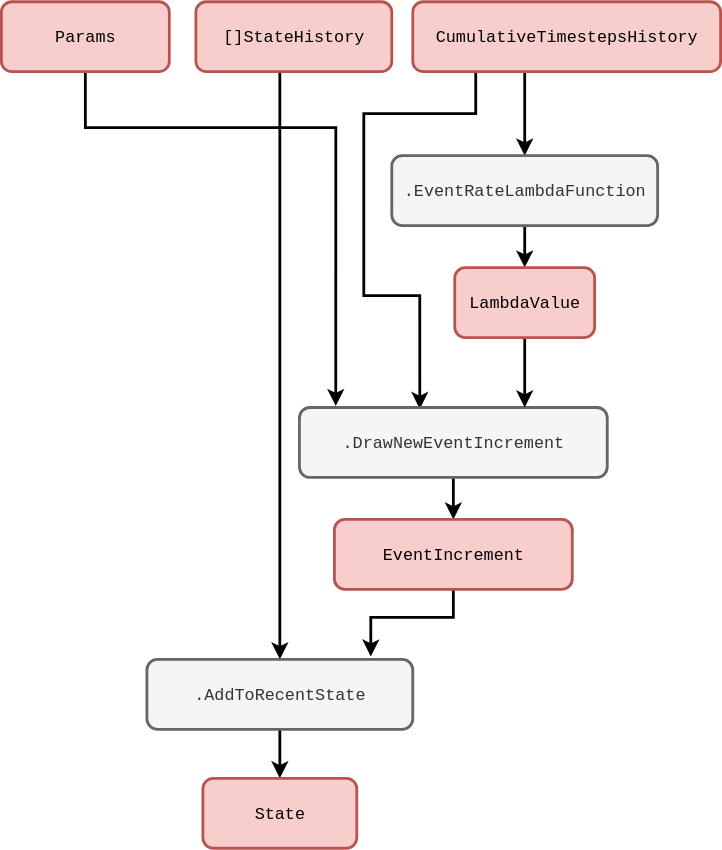
The draw.io diagram assets/diagramming_the_stochadex_project/inhomogeneous-poisson.svg in umbralcalc/umbralcalc.github.io, before a commit. Source tidied: cells renumbered, new cells last; positions are measured from the earlier drawing's top-left corner, leaving out a move shared by most shapes. The source it was exported from:
```xml
<mxGraphModel>
  <root>
    <mxCell id="0" />
    <mxCell id="1" parent="0" />
    <mxCell id="2" style="edgeStyle=orthogonalEdgeStyle;rounded=0;jettySize=auto;html=1;strokeWidth=2;exitX=0.421;exitY=0.96;exitDx=0;exitDy=0;entryX=0.5;entryY=0;entryDx=0;entryDy=0;exitPerimeter=0;" parent="1" edge="1" source="19" target="8">
      <mxGeometry relative="1" as="geometry">
        <Array as="points">
          <mxPoint x="198" y="37" />
          <mxPoint x="199" y="37" />
        </Array>
      </mxGeometry>
    </mxCell>
    <mxCell id="3" style="edgeStyle=orthogonalEdgeStyle;rounded=0;jettySize=auto;html=1;strokeWidth=2;" parent="1" edge="1" target="11">
      <mxGeometry relative="1" as="geometry">
        <mxPoint x="374" y="50" as="sourcePoint" />
      </mxGeometry>
    </mxCell>
    <mxCell id="4" style="edgeStyle=orthogonalEdgeStyle;rounded=0;jettySize=auto;html=1;strokeWidth=2;entryX=0.391;entryY=0.02;entryDx=0;entryDy=0;entryPerimeter=0;" parent="1" edge="1" target="13">
      <mxGeometry relative="1" as="geometry">
        <mxPoint x="339" y="50" as="sourcePoint" />
        <Array as="points">
          <mxPoint x="339" y="80" />
          <mxPoint x="259" y="80" />
          <mxPoint x="259" y="210" />
          <mxPoint x="299" y="210" />
        </Array>
      </mxGeometry>
    </mxCell>
    <mxCell id="5" style="edgeStyle=orthogonalEdgeStyle;rounded=0;jettySize=auto;html=1;entryX=0.118;entryY=-0.02;entryDx=0;entryDy=0;strokeWidth=2;entryPerimeter=0;" parent="1" edge="1" source="6" target="13">
      <mxGeometry relative="1" as="geometry">
        <Array as="points">
          <mxPoint x="60" y="90" />
          <mxPoint x="239" y="90" />
        </Array>
      </mxGeometry>
    </mxCell>
    <mxCell id="6" value="&lt;font face=&quot;Courier New&quot;&gt;Params&lt;/font&gt;" style="rounded=1;whiteSpace=wrap;html=1;strokeWidth=2;fillColor=#f8cecc;strokeColor=#b85450;" parent="1" vertex="1">
      <mxGeometry width="120" height="50" as="geometry" />
    </mxCell>
    <mxCell id="7" style="edgeStyle=orthogonalEdgeStyle;rounded=0;jettySize=auto;html=1;strokeWidth=2;" parent="1" edge="1" source="8" target="9">
      <mxGeometry relative="1" as="geometry" />
    </mxCell>
    <mxCell id="8" value="&lt;font face=&quot;Courier New&quot;&gt;.AddToRecentState&lt;/font&gt;" style="rounded=1;whiteSpace=wrap;html=1;strokeWidth=2;fillColor=#f5f5f5;fontColor=#333333;strokeColor=#666666;" parent="1" vertex="1">
      <mxGeometry x="104" y="470" width="190" height="50" as="geometry" />
    </mxCell>
    <mxCell id="9" value="&lt;font face=&quot;Courier New&quot;&gt;State&lt;/font&gt;" style="rounded=1;whiteSpace=wrap;html=1;strokeWidth=2;fillColor=#f8cecc;strokeColor=#b85450;" parent="1" vertex="1">
      <mxGeometry x="144" y="555" width="110" height="50" as="geometry" />
    </mxCell>
    <mxCell id="10" style="edgeStyle=orthogonalEdgeStyle;rounded=0;jettySize=auto;html=1;strokeWidth=2;" parent="1" edge="1" source="11" target="17">
      <mxGeometry relative="1" as="geometry" />
    </mxCell>
    <mxCell id="11" value="&lt;font face=&quot;Courier New&quot;&gt;.EventRateLambdaFunction&lt;/font&gt;" style="rounded=1;whiteSpace=wrap;html=1;strokeWidth=2;fillColor=#f5f5f5;fontColor=#333333;strokeColor=#666666;" parent="1" vertex="1">
      <mxGeometry x="279" y="110" width="190" height="50" as="geometry" />
    </mxCell>
    <mxCell id="12" style="edgeStyle=orthogonalEdgeStyle;rounded=0;jettySize=auto;html=1;strokeWidth=2;" parent="1" edge="1" source="13" target="15">
      <mxGeometry relative="1" as="geometry" />
    </mxCell>
    <mxCell id="13" value="&lt;font face=&quot;Courier New&quot;&gt;.DrawNewEventIncrement&lt;/font&gt;" style="rounded=1;whiteSpace=wrap;html=1;strokeWidth=2;fillColor=#f5f5f5;fontColor=#333333;strokeColor=#666666;" parent="1" vertex="1">
      <mxGeometry x="213" y="290" width="220" height="50" as="geometry" />
    </mxCell>
    <mxCell id="14" style="edgeStyle=orthogonalEdgeStyle;rounded=0;jettySize=auto;html=1;strokeWidth=2;entryX=0.842;entryY=-0.04;entryDx=0;entryDy=0;entryPerimeter=0;" parent="1" edge="1" source="15" target="8">
      <mxGeometry relative="1" as="geometry">
        <Array as="points">
          <mxPoint x="323" y="440" />
          <mxPoint x="264" y="440" />
        </Array>
      </mxGeometry>
    </mxCell>
    <mxCell id="15" value="&lt;font face=&quot;Courier New&quot;&gt;EventIncrement&lt;/font&gt;" style="rounded=1;whiteSpace=wrap;html=1;strokeWidth=2;fillColor=#f8cecc;strokeColor=#b85450;" parent="1" vertex="1">
      <mxGeometry x="238" y="370" width="170" height="50" as="geometry" />
    </mxCell>
    <mxCell id="16" style="edgeStyle=orthogonalEdgeStyle;rounded=0;jettySize=auto;html=1;strokeWidth=2;" parent="1" edge="1" source="17" target="13">
      <mxGeometry relative="1" as="geometry">
        <Array as="points">
          <mxPoint x="374" y="280" />
          <mxPoint x="374" y="280" />
        </Array>
      </mxGeometry>
    </mxCell>
    <mxCell id="17" value="&lt;font face=&quot;Courier New&quot;&gt;LambdaValue&lt;/font&gt;" style="rounded=1;whiteSpace=wrap;html=1;strokeWidth=2;fillColor=#f8cecc;strokeColor=#b85450;" parent="1" vertex="1">
      <mxGeometry x="324" y="190" width="100" height="50" as="geometry" />
    </mxCell>
    <mxCell id="18" value="&lt;font face=&quot;Courier New&quot;&gt;CumulativeTimestepsHistory&lt;/font&gt;" style="rounded=1;whiteSpace=wrap;html=1;strokeWidth=2;fillColor=#f8cecc;strokeColor=#b85450;" parent="1" vertex="1">
      <mxGeometry x="294" width="220" height="50" as="geometry" />
    </mxCell>
    <mxCell id="19" value="&lt;font face=&quot;Courier New&quot;&gt;[]StateHistory&lt;/font&gt;" style="rounded=1;whiteSpace=wrap;html=1;strokeWidth=2;fillColor=#f8cecc;strokeColor=#b85450;" parent="1" vertex="1">
      <mxGeometry x="139" width="140" height="50" as="geometry" />
    </mxCell>
  </root>
</mxGraphModel>
```
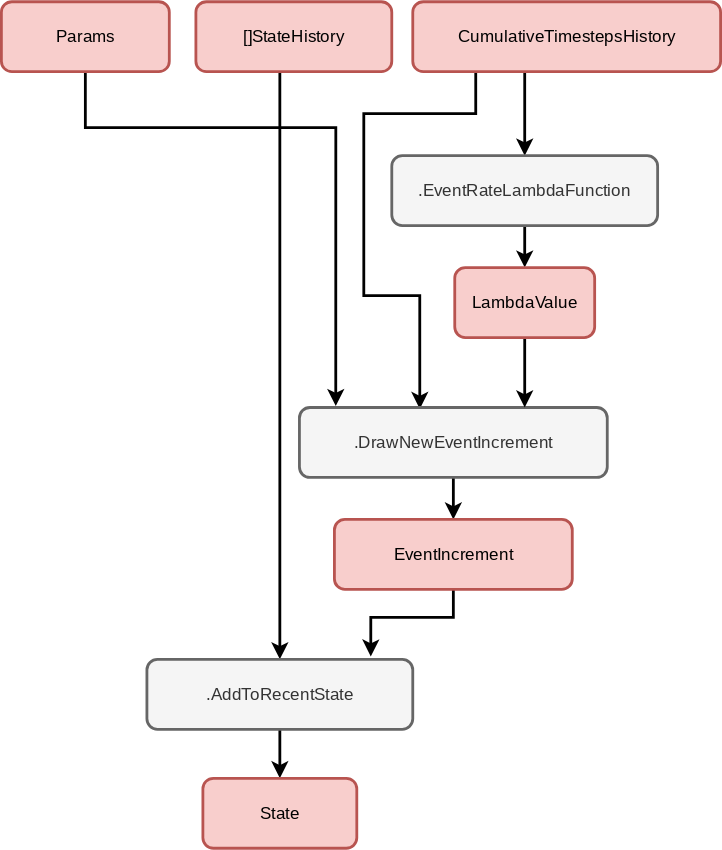
The same diagram one commit later.

Change to the diagram source:
```diff
@@ -2,7 +2,7 @@
   <root>
     <mxCell id="0" />
     <mxCell id="1" parent="0" />
-    <mxCell id="2" style="edgeStyle=orthogonalEdgeStyle;rounded=0;jettySize=auto;html=1;strokeWidth=2;exitX=0.421;exitY=0.96;exitDx=0;exitDy=0;entryX=0.5;entryY=0;entryDx=0;entryDy=0;exitPerimeter=0;" parent="1" edge="1" source="19" target="8">
+    <mxCell id="2" style="edgeStyle=orthogonalEdgeStyle;rounded=0;jettySize=auto;html=1;strokeWidth=2;exitX=0.421;exitY=0.96;exitDx=0;exitDy=0;entryX=0.5;entryY=0;entryDx=0;entryDy=0;exitPerimeter=0;fontFamily=Cousine;fontSource=https%3A%2F%2Ffonts.googleapis.com%2Fcss2%3Ffamily%3DCourier%2BPrime%3Aital%2Cwght%400%2C400%3B0%2C700%3B1%2C400%3B1%2C700%26family%3DCousine%3Aital%2Cwght%400%2C400%3B0%2C700%3B1%2C400%3B1%2C700%26family%3DShadows%2BInto%2BLight%26display%3Dswap;" parent="1" edge="1" source="19" target="8">
       <mxGeometry relative="1" as="geometry">
         <Array as="points">
           <mxPoint x="198" y="37" />
@@ -10,12 +10,12 @@
         </Array>
       </mxGeometry>
     </mxCell>
-    <mxCell id="3" style="edgeStyle=orthogonalEdgeStyle;rounded=0;jettySize=auto;html=1;strokeWidth=2;" parent="1" edge="1" target="11">
+    <mxCell id="3" style="edgeStyle=orthogonalEdgeStyle;rounded=0;jettySize=auto;html=1;strokeWidth=2;fontFamily=Cousine;fontSource=https%3A%2F%2Ffonts.googleapis.com%2Fcss2%3Ffamily%3DCourier%2BPrime%3Aital%2Cwght%400%2C400%3B0%2C700%3B1%2C400%3B1%2C700%26family%3DCousine%3Aital%2Cwght%400%2C400%3B0%2C700%3B1%2C400%3B1%2C700%26family%3DShadows%2BInto%2BLight%26display%3Dswap;" parent="1" edge="1" target="11">
       <mxGeometry relative="1" as="geometry">
         <mxPoint x="374" y="50" as="sourcePoint" />
       </mxGeometry>
     </mxCell>
-    <mxCell id="4" style="edgeStyle=orthogonalEdgeStyle;rounded=0;jettySize=auto;html=1;strokeWidth=2;entryX=0.391;entryY=0.02;entryDx=0;entryDy=0;entryPerimeter=0;" parent="1" edge="1" target="13">
+    <mxCell id="4" style="edgeStyle=orthogonalEdgeStyle;rounded=0;jettySize=auto;html=1;strokeWidth=2;entryX=0.391;entryY=0.02;entryDx=0;entryDy=0;entryPerimeter=0;fontFamily=Cousine;fontSource=https%3A%2F%2Ffonts.googleapis.com%2Fcss2%3Ffamily%3DCourier%2BPrime%3Aital%2Cwght%400%2C400%3B0%2C700%3B1%2C400%3B1%2C700%26family%3DCousine%3Aital%2Cwght%400%2C400%3B0%2C700%3B1%2C400%3B1%2C700%26family%3DShadows%2BInto%2BLight%26display%3Dswap;" parent="1" edge="1" target="13">
       <mxGeometry relative="1" as="geometry">
         <mxPoint x="339" y="50" as="sourcePoint" />
         <Array as="points">
@@ -26,7 +26,7 @@
         </Array>
       </mxGeometry>
     </mxCell>
-    <mxCell id="5" style="edgeStyle=orthogonalEdgeStyle;rounded=0;jettySize=auto;html=1;entryX=0.118;entryY=-0.02;entryDx=0;entryDy=0;strokeWidth=2;entryPerimeter=0;" parent="1" edge="1" source="6" target="13">
+    <mxCell id="5" style="edgeStyle=orthogonalEdgeStyle;rounded=0;jettySize=auto;html=1;entryX=0.118;entryY=-0.02;entryDx=0;entryDy=0;strokeWidth=2;entryPerimeter=0;fontFamily=Cousine;fontSource=https%3A%2F%2Ffonts.googleapis.com%2Fcss2%3Ffamily%3DCourier%2BPrime%3Aital%2Cwght%400%2C400%3B0%2C700%3B1%2C400%3B1%2C700%26family%3DCousine%3Aital%2Cwght%400%2C400%3B0%2C700%3B1%2C400%3B1%2C700%26family%3DShadows%2BInto%2BLight%26display%3Dswap;" parent="1" edge="1" source="6" target="13">
       <mxGeometry relative="1" as="geometry">
         <Array as="points">
           <mxPoint x="60" y="90" />
@@ -34,31 +34,31 @@
         </Array>
       </mxGeometry>
     </mxCell>
-    <mxCell id="6" value="&lt;font face=&quot;Courier New&quot;&gt;Params&lt;/font&gt;" style="rounded=1;whiteSpace=wrap;html=1;strokeWidth=2;fillColor=#f8cecc;strokeColor=#b85450;" parent="1" vertex="1">
+    <mxCell id="6" value="&lt;font&gt;Params&lt;/font&gt;" style="rounded=1;whiteSpace=wrap;html=1;strokeWidth=2;fillColor=#f8cecc;strokeColor=#b85450;fontFamily=Cousine;fontSource=https%3A%2F%2Ffonts.googleapis.com%2Fcss2%3Ffamily%3DCourier%2BPrime%3Aital%2Cwght%400%2C400%3B0%2C700%3B1%2C400%3B1%2C700%26family%3DCousine%3Aital%2Cwght%400%2C400%3B0%2C700%3B1%2C400%3B1%2C700%26family%3DShadows%2BInto%2BLight%26display%3Dswap;" parent="1" vertex="1">
       <mxGeometry width="120" height="50" as="geometry" />
     </mxCell>
-    <mxCell id="7" style="edgeStyle=orthogonalEdgeStyle;rounded=0;jettySize=auto;html=1;strokeWidth=2;" parent="1" edge="1" source="8" target="9">
+    <mxCell id="7" style="edgeStyle=orthogonalEdgeStyle;rounded=0;jettySize=auto;html=1;strokeWidth=2;fontFamily=Cousine;fontSource=https%3A%2F%2Ffonts.googleapis.com%2Fcss2%3Ffamily%3DCourier%2BPrime%3Aital%2Cwght%400%2C400%3B0%2C700%3B1%2C400%3B1%2C700%26family%3DCousine%3Aital%2Cwght%400%2C400%3B0%2C700%3B1%2C400%3B1%2C700%26family%3DShadows%2BInto%2BLight%26display%3Dswap;" parent="1" edge="1" source="8" target="9">
       <mxGeometry relative="1" as="geometry" />
     </mxCell>
-    <mxCell id="8" value="&lt;font face=&quot;Courier New&quot;&gt;.AddToRecentState&lt;/font&gt;" style="rounded=1;whiteSpace=wrap;html=1;strokeWidth=2;fillColor=#f5f5f5;fontColor=#333333;strokeColor=#666666;" parent="1" vertex="1">
+    <mxCell id="8" value="&lt;font&gt;.AddToRecentState&lt;/font&gt;" style="rounded=1;whiteSpace=wrap;html=1;strokeWidth=2;fillColor=#f5f5f5;fontColor=#333333;strokeColor=#666666;fontFamily=Cousine;fontSource=https%3A%2F%2Ffonts.googleapis.com%2Fcss2%3Ffamily%3DCourier%2BPrime%3Aital%2Cwght%400%2C400%3B0%2C700%3B1%2C400%3B1%2C700%26family%3DCousine%3Aital%2Cwght%400%2C400%3B0%2C700%3B1%2C400%3B1%2C700%26family%3DShadows%2BInto%2BLight%26display%3Dswap;" parent="1" vertex="1">
       <mxGeometry x="104" y="470" width="190" height="50" as="geometry" />
     </mxCell>
-    <mxCell id="9" value="&lt;font face=&quot;Courier New&quot;&gt;State&lt;/font&gt;" style="rounded=1;whiteSpace=wrap;html=1;strokeWidth=2;fillColor=#f8cecc;strokeColor=#b85450;" parent="1" vertex="1">
+    <mxCell id="9" value="&lt;font&gt;State&lt;/font&gt;" style="rounded=1;whiteSpace=wrap;html=1;strokeWidth=2;fillColor=#f8cecc;strokeColor=#b85450;fontFamily=Cousine;fontSource=https%3A%2F%2Ffonts.googleapis.com%2Fcss2%3Ffamily%3DCourier%2BPrime%3Aital%2Cwght%400%2C400%3B0%2C700%3B1%2C400%3B1%2C700%26family%3DCousine%3Aital%2Cwght%400%2C400%3B0%2C700%3B1%2C400%3B1%2C700%26family%3DShadows%2BInto%2BLight%26display%3Dswap;" parent="1" vertex="1">
       <mxGeometry x="144" y="555" width="110" height="50" as="geometry" />
     </mxCell>
-    <mxCell id="10" style="edgeStyle=orthogonalEdgeStyle;rounded=0;jettySize=auto;html=1;strokeWidth=2;" parent="1" edge="1" source="11" target="17">
+    <mxCell id="10" style="edgeStyle=orthogonalEdgeStyle;rounded=0;jettySize=auto;html=1;strokeWidth=2;fontFamily=Cousine;fontSource=https%3A%2F%2Ffonts.googleapis.com%2Fcss2%3Ffamily%3DCourier%2BPrime%3Aital%2Cwght%400%2C400%3B0%2C700%3B1%2C400%3B1%2C700%26family%3DCousine%3Aital%2Cwght%400%2C400%3B0%2C700%3B1%2C400%3B1%2C700%26family%3DShadows%2BInto%2BLight%26display%3Dswap;" parent="1" edge="1" source="11" target="17">
       <mxGeometry relative="1" as="geometry" />
     </mxCell>
-    <mxCell id="11" value="&lt;font face=&quot;Courier New&quot;&gt;.EventRateLambdaFunction&lt;/font&gt;" style="rounded=1;whiteSpace=wrap;html=1;strokeWidth=2;fillColor=#f5f5f5;fontColor=#333333;strokeColor=#666666;" parent="1" vertex="1">
+    <mxCell id="11" value="&lt;font&gt;.EventRateLambdaFunction&lt;/font&gt;" style="rounded=1;whiteSpace=wrap;html=1;strokeWidth=2;fillColor=#f5f5f5;fontColor=#333333;strokeColor=#666666;fontFamily=Cousine;fontSource=https%3A%2F%2Ffonts.googleapis.com%2Fcss2%3Ffamily%3DCourier%2BPrime%3Aital%2Cwght%400%2C400%3B0%2C700%3B1%2C400%3B1%2C700%26family%3DCousine%3Aital%2Cwght%400%2C400%3B0%2C700%3B1%2C400%3B1%2C700%26family%3DShadows%2BInto%2BLight%26display%3Dswap;" parent="1" vertex="1">
       <mxGeometry x="279" y="110" width="190" height="50" as="geometry" />
     </mxCell>
-    <mxCell id="12" style="edgeStyle=orthogonalEdgeStyle;rounded=0;jettySize=auto;html=1;strokeWidth=2;" parent="1" edge="1" source="13" target="15">
+    <mxCell id="12" style="edgeStyle=orthogonalEdgeStyle;rounded=0;jettySize=auto;html=1;strokeWidth=2;fontFamily=Cousine;fontSource=https%3A%2F%2Ffonts.googleapis.com%2Fcss2%3Ffamily%3DCourier%2BPrime%3Aital%2Cwght%400%2C400%3B0%2C700%3B1%2C400%3B1%2C700%26family%3DCousine%3Aital%2Cwght%400%2C400%3B0%2C700%3B1%2C400%3B1%2C700%26family%3DShadows%2BInto%2BLight%26display%3Dswap;" parent="1" edge="1" source="13" target="15">
       <mxGeometry relative="1" as="geometry" />
     </mxCell>
-    <mxCell id="13" value="&lt;font face=&quot;Courier New&quot;&gt;.DrawNewEventIncrement&lt;/font&gt;" style="rounded=1;whiteSpace=wrap;html=1;strokeWidth=2;fillColor=#f5f5f5;fontColor=#333333;strokeColor=#666666;" parent="1" vertex="1">
+    <mxCell id="13" value="&lt;font&gt;.DrawNewEventIncrement&lt;/font&gt;" style="rounded=1;whiteSpace=wrap;html=1;strokeWidth=2;fillColor=#f5f5f5;fontColor=#333333;strokeColor=#666666;fontFamily=Cousine;fontSource=https%3A%2F%2Ffonts.googleapis.com%2Fcss2%3Ffamily%3DCourier%2BPrime%3Aital%2Cwght%400%2C400%3B0%2C700%3B1%2C400%3B1%2C700%26family%3DCousine%3Aital%2Cwght%400%2C400%3B0%2C700%3B1%2C400%3B1%2C700%26family%3DShadows%2BInto%2BLight%26display%3Dswap;" parent="1" vertex="1">
       <mxGeometry x="213" y="290" width="220" height="50" as="geometry" />
     </mxCell>
-    <mxCell id="14" style="edgeStyle=orthogonalEdgeStyle;rounded=0;jettySize=auto;html=1;strokeWidth=2;entryX=0.842;entryY=-0.04;entryDx=0;entryDy=0;entryPerimeter=0;" parent="1" edge="1" source="15" target="8">
+    <mxCell id="14" style="edgeStyle=orthogonalEdgeStyle;rounded=0;jettySize=auto;html=1;strokeWidth=2;entryX=0.842;entryY=-0.04;entryDx=0;entryDy=0;entryPerimeter=0;fontFamily=Cousine;fontSource=https%3A%2F%2Ffonts.googleapis.com%2Fcss2%3Ffamily%3DCourier%2BPrime%3Aital%2Cwght%400%2C400%3B0%2C700%3B1%2C400%3B1%2C700%26family%3DCousine%3Aital%2Cwght%400%2C400%3B0%2C700%3B1%2C400%3B1%2C700%26family%3DShadows%2BInto%2BLight%26display%3Dswap;" parent="1" edge="1" source="15" target="8">
       <mxGeometry relative="1" as="geometry">
         <Array as="points">
           <mxPoint x="323" y="440" />
@@ -66,10 +66,10 @@
         </Array>
       </mxGeometry>
     </mxCell>
-    <mxCell id="15" value="&lt;font face=&quot;Courier New&quot;&gt;EventIncrement&lt;/font&gt;" style="rounded=1;whiteSpace=wrap;html=1;strokeWidth=2;fillColor=#f8cecc;strokeColor=#b85450;" parent="1" vertex="1">
+    <mxCell id="15" value="&lt;font&gt;EventIncrement&lt;/font&gt;" style="rounded=1;whiteSpace=wrap;html=1;strokeWidth=2;fillColor=#f8cecc;strokeColor=#b85450;fontFamily=Cousine;fontSource=https%3A%2F%2Ffonts.googleapis.com%2Fcss2%3Ffamily%3DCourier%2BPrime%3Aital%2Cwght%400%2C400%3B0%2C700%3B1%2C400%3B1%2C700%26family%3DCousine%3Aital%2Cwght%400%2C400%3B0%2C700%3B1%2C400%3B1%2C700%26family%3DShadows%2BInto%2BLight%26display%3Dswap;" parent="1" vertex="1">
       <mxGeometry x="238" y="370" width="170" height="50" as="geometry" />
     </mxCell>
-    <mxCell id="16" style="edgeStyle=orthogonalEdgeStyle;rounded=0;jettySize=auto;html=1;strokeWidth=2;" parent="1" edge="1" source="17" target="13">
+    <mxCell id="16" style="edgeStyle=orthogonalEdgeStyle;rounded=0;jettySize=auto;html=1;strokeWidth=2;fontFamily=Cousine;fontSource=https%3A%2F%2Ffonts.googleapis.com%2Fcss2%3Ffamily%3DCourier%2BPrime%3Aital%2Cwght%400%2C400%3B0%2C700%3B1%2C400%3B1%2C700%26family%3DCousine%3Aital%2Cwght%400%2C400%3B0%2C700%3B1%2C400%3B1%2C700%26family%3DShadows%2BInto%2BLight%26display%3Dswap;" parent="1" edge="1" source="17" target="13">
       <mxGeometry relative="1" as="geometry">
         <Array as="points">
           <mxPoint x="374" y="280" />
@@ -77,13 +77,13 @@
         </Array>
       </mxGeometry>
     </mxCell>
-    <mxCell id="17" value="&lt;font face=&quot;Courier New&quot;&gt;LambdaValue&lt;/font&gt;" style="rounded=1;whiteSpace=wrap;html=1;strokeWidth=2;fillColor=#f8cecc;strokeColor=#b85450;" parent="1" vertex="1">
+    <mxCell id="17" value="&lt;font&gt;LambdaValue&lt;/font&gt;" style="rounded=1;whiteSpace=wrap;html=1;strokeWidth=2;fillColor=#f8cecc;strokeColor=#b85450;fontFamily=Cousine;fontSource=https%3A%2F%2Ffonts.googleapis.com%2Fcss2%3Ffamily%3DCourier%2BPrime%3Aital%2Cwght%400%2C400%3B0%2C700%3B1%2C400%3B1%2C700%26family%3DCousine%3Aital%2Cwght%400%2C400%3B0%2C700%3B1%2C400%3B1%2C700%26family%3DShadows%2BInto%2BLight%26display%3Dswap;" parent="1" vertex="1">
       <mxGeometry x="324" y="190" width="100" height="50" as="geometry" />
     </mxCell>
-    <mxCell id="18" value="&lt;font face=&quot;Courier New&quot;&gt;CumulativeTimestepsHistory&lt;/font&gt;" style="rounded=1;whiteSpace=wrap;html=1;strokeWidth=2;fillColor=#f8cecc;strokeColor=#b85450;" parent="1" vertex="1">
+    <mxCell id="18" value="&lt;font&gt;CumulativeTimestepsHistory&lt;/font&gt;" style="rounded=1;whiteSpace=wrap;html=1;strokeWidth=2;fillColor=#f8cecc;strokeColor=#b85450;fontFamily=Cousine;fontSource=https%3A%2F%2Ffonts.googleapis.com%2Fcss2%3Ffamily%3DCourier%2BPrime%3Aital%2Cwght%400%2C400%3B0%2C700%3B1%2C400%3B1%2C700%26family%3DCousine%3Aital%2Cwght%400%2C400%3B0%2C700%3B1%2C400%3B1%2C700%26family%3DShadows%2BInto%2BLight%26display%3Dswap;" parent="1" vertex="1">
       <mxGeometry x="294" width="220" height="50" as="geometry" />
     </mxCell>
-    <mxCell id="19" value="&lt;font face=&quot;Courier New&quot;&gt;[]StateHistory&lt;/font&gt;" style="rounded=1;whiteSpace=wrap;html=1;strokeWidth=2;fillColor=#f8cecc;strokeColor=#b85450;" parent="1" vertex="1">
+    <mxCell id="19" value="&lt;font&gt;[]StateHistory&lt;/font&gt;" style="rounded=1;whiteSpace=wrap;html=1;strokeWidth=2;fillColor=#f8cecc;strokeColor=#b85450;fontFamily=Cousine;fontSource=https%3A%2F%2Ffonts.googleapis.com%2Fcss2%3Ffamily%3DCourier%2BPrime%3Aital%2Cwght%400%2C400%3B0%2C700%3B1%2C400%3B1%2C700%26family%3DCousine%3Aital%2Cwght%400%2C400%3B0%2C700%3B1%2C400%3B1%2C700%26family%3DShadows%2BInto%2BLight%26display%3Dswap;" parent="1" vertex="1">
       <mxGeometry x="139" width="140" height="50" as="geometry" />
     </mxCell>
   </root>
```
